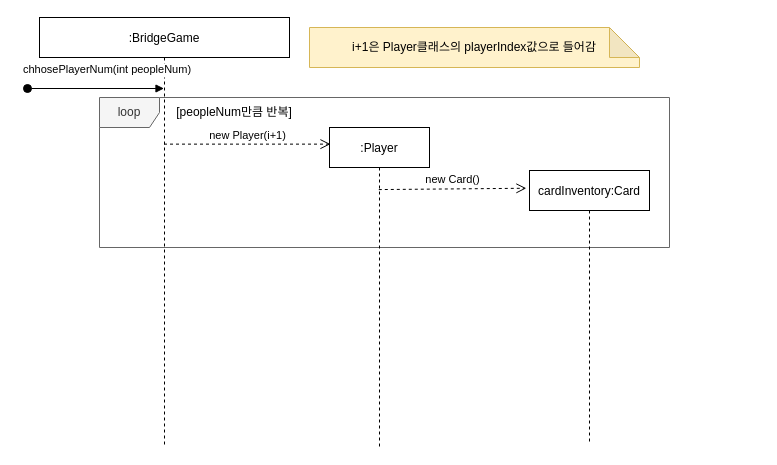
iGH01gi/SE_Term_Project keeps this draw.io diagram as diagram/시퀀스다이어그램/SequenceDiagram(choosePlayerNum).drawio. Above is the earlier version. Source tidied: cells renumbered, new cells numbered last; positions are measured from the earlier drawing's top-left corner, leaving out a move shared by most shapes. Both pictures are drawn from the tidied source at 100%, with x=0, y=0 at pixel (27, 17).
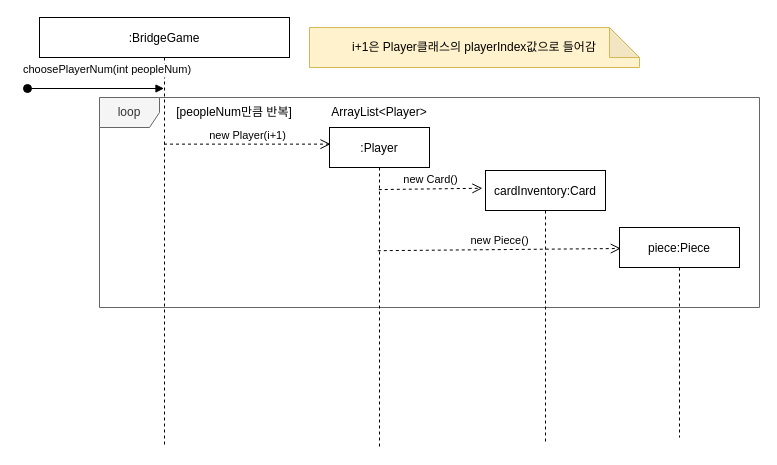
Above is the later version.

What changed in the source:
```diff
@@
 <mxGraphModel>
   <root>
     <mxCell id="0" />
     <mxCell id="1" parent="0" />
     <mxCell id="2" value="loop" style="shape=umlFrame;whiteSpace=wrap;html=1;fillColor=#f5f5f5;fontColor=#333333;strokeColor=#666666;" parent="1" vertex="1">
-      <mxGeometry x="72" y="80" width="570" height="150" as="geometry" />
+      <mxGeometry x="72" y="80" width="660" height="210" as="geometry" />
     </mxCell>
     <mxCell id="3" value=":BridgeGame" style="shape=umlLifeline;perimeter=lifelinePerimeter;rounded=0;shadow=0;strokeWidth=1;" parent="1" vertex="1">
       <mxGeometry x="12" width="250" height="430" as="geometry" />
     </mxCell>
-    <mxCell id="4" value="chhosePlayerNum(int peopleNum)" style="verticalAlign=bottom;startArrow=oval;endArrow=block;startSize=8;shadow=0;strokeWidth=1;" parent="3" edge="1" target="3">
+    <mxCell id="4" value="choosePlayerNum(int peopleNum)" style="verticalAlign=bottom;startArrow=oval;endArrow=block;startSize=8;shadow=0;strokeWidth=1;" parent="3" edge="1" target="3">
       <mxGeometry x="0.17" y="10" relative="1" as="geometry">
         <mxPoint x="-12" y="71" as="sourcePoint" />
       </mxGeometry>
     </mxCell>
     <mxCell id="5" value=":Player" style="shape=umlLifeline;perimeter=lifelinePerimeter;rounded=0;shadow=0;strokeWidth=1;" parent="1" vertex="1">
       <mxGeometry x="302" y="110" width="100" height="320" as="geometry" />
     </mxCell>
     <mxCell id="6" value="new Player(i+1)" style="html=1;verticalAlign=bottom;endArrow=open;dashed=1;endSize=8;rounded=0;entryX=0.01;entryY=0.052;entryDx=0;entryDy=0;entryPerimeter=0;" parent="1" edge="1" source="3" target="5">
       <mxGeometry relative="1" as="geometry" />
     </mxCell>
     <mxCell id="7" value="[peopleNum만큼 반복]" style="text;html=1;strokeColor=none;fillColor=none;align=center;verticalAlign=middle;whiteSpace=wrap;rounded=0;" parent="1" vertex="1">
       <mxGeometry x="142" y="80" width="130" height="30" as="geometry" />
     </mxCell>
     <mxCell id="8" value="cardInventory:Card" style="shape=umlLifeline;perimeter=lifelinePerimeter;rounded=0;shadow=0;strokeWidth=1;" parent="1" vertex="1">
-      <mxGeometry x="502" y="153" width="120" height="273" as="geometry" />
+      <mxGeometry x="458" y="153" width="120" height="273" as="geometry" />
     </mxCell>
     <mxCell id="9" value="new Card()" style="html=1;verticalAlign=bottom;endArrow=open;dashed=1;endSize=8;rounded=0;entryX=-0.026;entryY=0.065;entryDx=0;entryDy=0;entryPerimeter=0;exitX=0.493;exitY=0.194;exitDx=0;exitDy=0;exitPerimeter=0;" parent="1" edge="1" source="5" target="8">
       <mxGeometry relative="1" as="geometry" />
     </mxCell>
     <mxCell id="10" value="i+1은 Player클래스의 playerIndex값으로 들어감" style="shape=note;whiteSpace=wrap;html=1;backgroundOutline=1;darkOpacity=0.05;fillColor=#fff2cc;strokeColor=#d6b656;" parent="1" vertex="1">
       <mxGeometry x="282" y="10" width="330" height="40" as="geometry" />
     </mxCell>
+    <mxCell id="11" value="piece:Piece" style="shape=umlLifeline;perimeter=lifelinePerimeter;rounded=0;shadow=0;strokeWidth=1;" parent="1" vertex="1">
+      <mxGeometry x="592" y="210" width="120" height="210" as="geometry" />
+    </mxCell>
+    <mxCell id="12" value="new Piece()" style="html=1;verticalAlign=bottom;endArrow=open;dashed=1;endSize=8;rounded=0;entryX=0.011;entryY=0.1;entryDx=0;entryDy=0;entryPerimeter=0;exitX=0.483;exitY=0.385;exitDx=0;exitDy=0;exitPerimeter=0;" parent="1" edge="1" source="5" target="11">
+      <mxGeometry relative="1" as="geometry" />
+    </mxCell>
+    <mxCell id="13" value="ArrayList&amp;lt;Player&amp;gt;" style="text;html=1;strokeColor=none;fillColor=none;align=center;verticalAlign=middle;whiteSpace=wrap;rounded=0;" parent="1" vertex="1">
+      <mxGeometry x="322" y="80" width="60" height="30" as="geometry" />
+    </mxCell>
   </root>
 </mxGraphModel>
```
